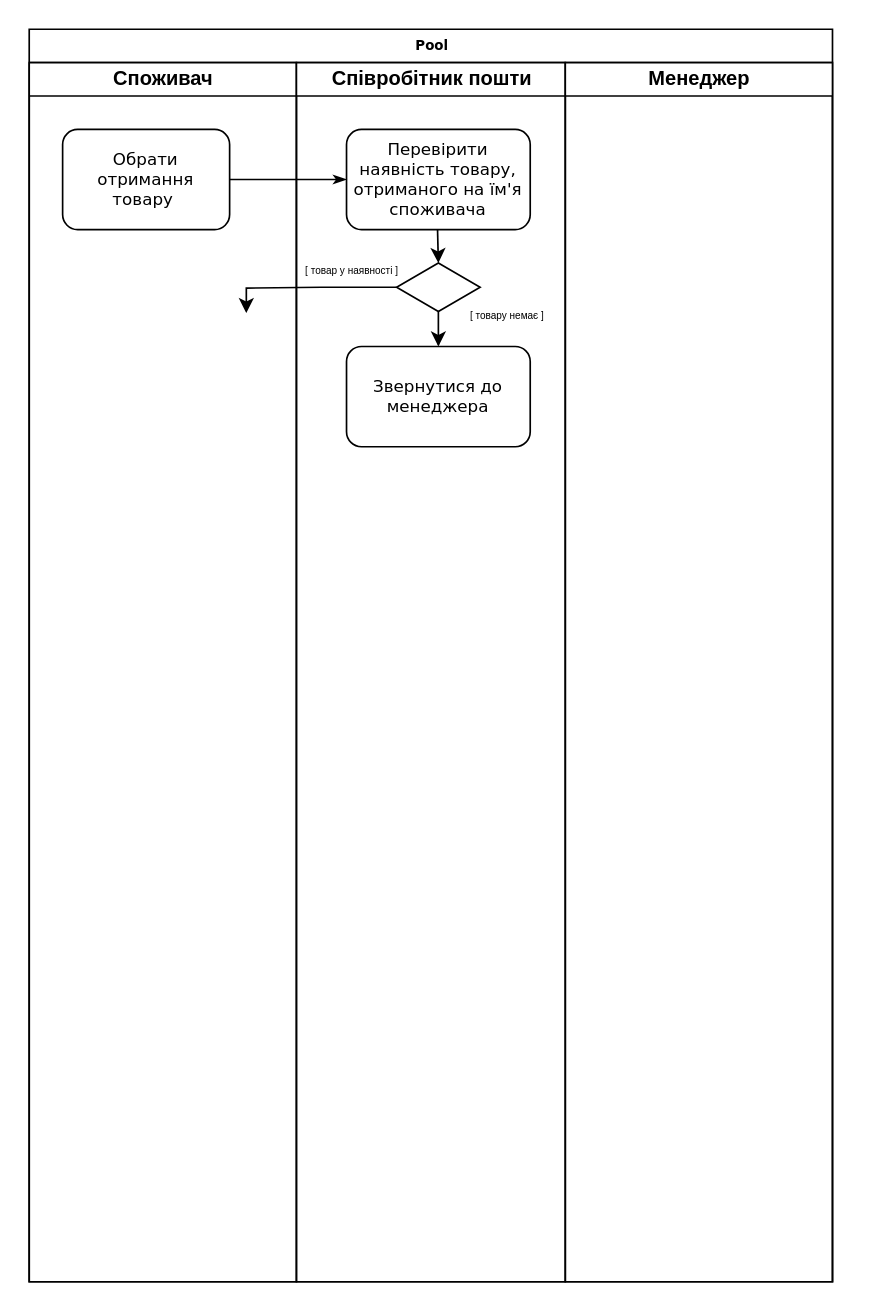
Before: Диаграмма без названия.drawio in pxlmady/uml, a draw.io diagram. Source tidied: cells renumbered, new cells numbered last; positions are measured from the earlier drawing's top-left corner, leaving out a move shared by most shapes. Both pictures are drawn from the tidied source at 167%, with x=0, y=0 at pixel (28, 28).
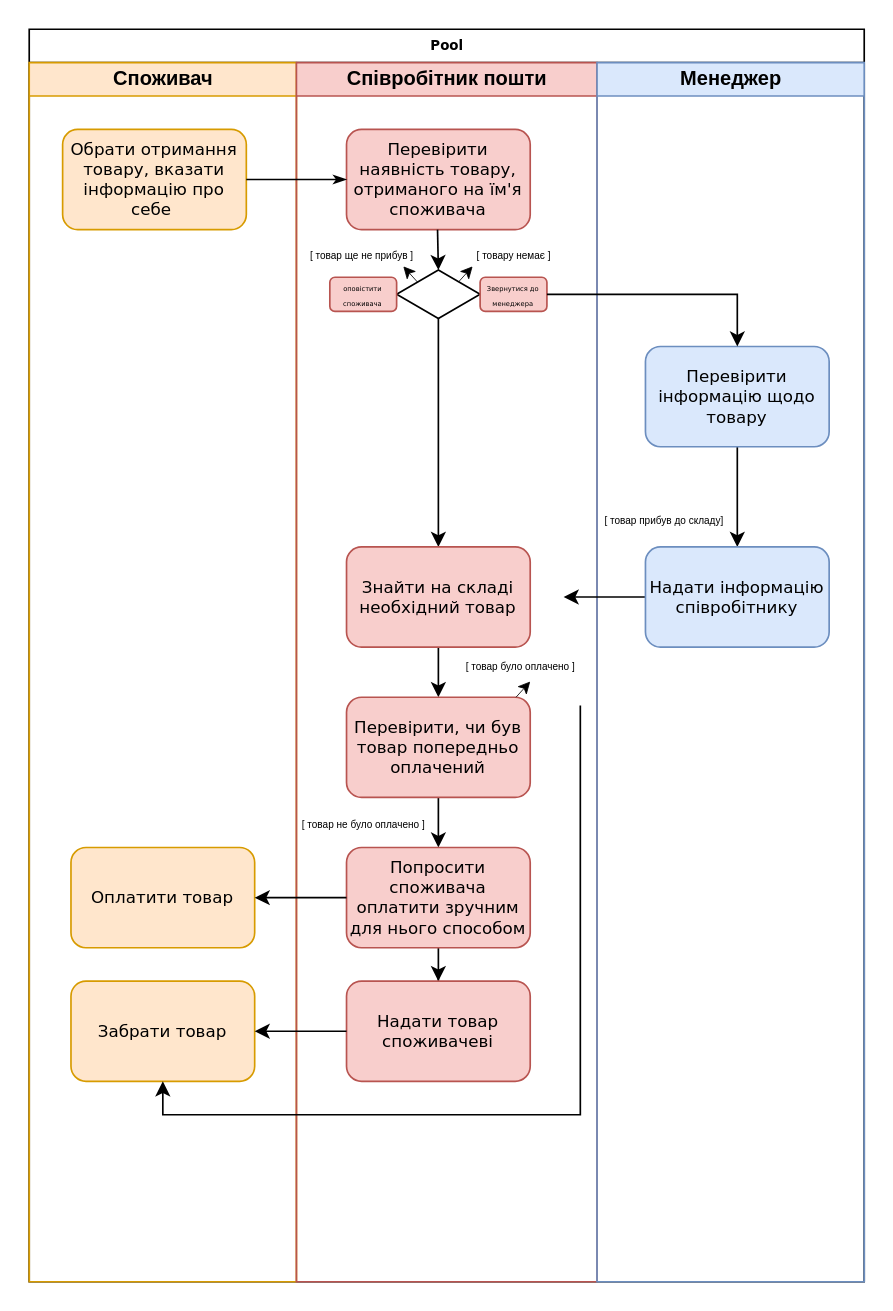
The same page after the edit.

What changed in the source:
```diff
@@
     <mxCell id="2" value="Pool" style="swimlane;html=1;startSize=20;rounded=0;shadow=0;labelBackgroundColor=none;strokeWidth=1;fontFamily=Verdana;fontSize=8;align=center;" parent="1" vertex="1">
-      <mxGeometry width="481" height="750" as="geometry" />
+      <mxGeometry width="500" height="750" as="geometry" />
     </mxCell>
-    <mxCell id="3" value="Споживач" style="swimlane;html=1;startSize=20;" parent="2" vertex="1">
+    <mxCell id="3" value="Споживач" style="swimlane;html=1;startSize=20;fillColor=#ffe6cc;strokeColor=#d79b00;" parent="2" vertex="1">
       <mxGeometry y="20" width="160" height="730" as="geometry" />
     </mxCell>
+    <mxCell id="16" value="&lt;font size=&quot;1&quot;&gt;Оплатити товар&lt;/font&gt;" style="rounded=1;whiteSpace=wrap;html=1;shadow=0;labelBackgroundColor=none;strokeWidth=1;fontFamily=Verdana;fontSize=8;align=center;fillColor=#ffe6cc;strokeColor=#d79b00;" parent="3" vertex="1">
+      <mxGeometry x="25" y="470" width="110" height="60" as="geometry" />
+    </mxCell>
+    <mxCell id="17" value="&lt;font size=&quot;1&quot;&gt;Забрати товар&lt;/font&gt;" style="rounded=1;whiteSpace=wrap;html=1;shadow=0;labelBackgroundColor=none;strokeWidth=1;fontFamily=Verdana;fontSize=8;align=center;fillColor=#ffe6cc;strokeColor=#d79b00;" parent="3" vertex="1">
+      <mxGeometry x="25" y="550" width="110" height="60" as="geometry" />
+    </mxCell>
-    <mxCell id="4" value="Співробітник пошти" style="swimlane;html=1;startSize=20;" parent="2" vertex="1">
-      <mxGeometry x="160" y="20" width="161" height="730" as="geometry" />
+    <mxCell id="4" value="Співробітник пошти" style="swimlane;html=1;startSize=20;fillColor=#f8cecc;strokeColor=#b85450;" parent="2" vertex="1">
+      <mxGeometry x="160" y="20" width="180" height="730" as="geometry" />
     </mxCell>
-    <mxCell id="5" value="&lt;font size=&quot;1&quot;&gt;Перевірити наявність товару, отриманого на їм'я споживача&lt;/font&gt;" style="rounded=1;whiteSpace=wrap;html=1;shadow=0;labelBackgroundColor=none;strokeWidth=1;fontFamily=Verdana;fontSize=8;align=center;" parent="4" vertex="1">
+    <mxCell id="5" value="&lt;font size=&quot;1&quot;&gt;Перевірити наявність товару, отриманого на їм'я споживача&lt;/font&gt;" style="rounded=1;whiteSpace=wrap;html=1;shadow=0;labelBackgroundColor=none;strokeWidth=1;fontFamily=Verdana;fontSize=8;align=center;fillColor=#f8cecc;strokeColor=#b85450;" parent="4" vertex="1">
       <mxGeometry x="30" y="40" width="110" height="60" as="geometry" />
     </mxCell>
-    <mxCell id="6" style="edgeStyle=orthogonalEdgeStyle;rounded=0;jettySize=auto;html=1;exitX=0;exitY=0.5;exitDx=0;exitDy=0;" parent="4" edge="1" source="8">
-      <mxGeometry relative="1" as="geometry">
-        <mxPoint x="-30" y="150" as="targetPoint" />
-        <Array as="points">
-          <mxPoint x="15" y="135" />
-          <mxPoint x="-30" y="135" />
-        </Array>
-      </mxGeometry>
-    </mxCell>
-    <mxCell id="7" style="edgeStyle=orthogonalEdgeStyle;rounded=0;jettySize=auto;html=1;" parent="4" edge="1" source="8">
-      <mxGeometry relative="1" as="geometry">
-        <mxPoint x="85" y="170" as="targetPoint" />
-      </mxGeometry>
-    </mxCell>
+    <mxCell id="18" style="edgeStyle=orthogonalEdgeStyle;rounded=0;jettySize=auto;html=1;entryX=0.5;entryY=0;entryDx=0;entryDy=0;" parent="4" edge="1" source="8" target="21">
+      <mxGeometry relative="1" as="geometry" />
+    </mxCell>
     <mxCell id="8" style="rhombus;whiteSpace=wrap;html=1;" parent="4" vertex="1">
-      <mxGeometry x="60" y="120" width="50" height="29" as="geometry" />
+      <mxGeometry x="60" y="124.2" width="50" height="29" as="geometry" />
     </mxCell>
-    <mxCell id="9" style="endArrow=classic;html=1;rounded=0;" parent="4" edge="1">
+    <mxCell id="9" style="endArrow=classic;html=1;rounded=0;entryX=0.5;entryY=0;entryDx=0;entryDy=0;" parent="4" edge="1" target="8">
       <mxGeometry relative="1" as="geometry">
         <mxPoint x="84.5" y="100" as="sourcePoint" />
-        <mxPoint x="85" y="120" as="targetPoint" />
       </mxGeometry>
     </mxCell>
-    <mxCell id="10" value="&lt;font style=&quot;font-size: 10px;&quot;&gt;Обрати отримання товару&amp;nbsp;&lt;/font&gt;" style="rounded=1;whiteSpace=wrap;html=1;shadow=0;labelBackgroundColor=none;strokeWidth=1;fontFamily=Verdana;fontSize=8;align=center;" parent="4" vertex="1">
-      <mxGeometry x="-140" y="40" width="100" height="60" as="geometry" />
+    <mxCell id="10" value="&lt;font style=&quot;font-size: 10px;&quot;&gt;Обрати отримання товару, вказати інформацію про себе&amp;nbsp;&lt;/font&gt;" style="rounded=1;whiteSpace=wrap;html=1;shadow=0;labelBackgroundColor=none;strokeWidth=1;fontFamily=Verdana;fontSize=8;align=center;fillColor=#ffe6cc;strokeColor=#d79b00;" parent="4" vertex="1">
+      <mxGeometry x="-140" y="40" width="110" height="60" as="geometry" />
     </mxCell>
@@
-    <mxCell id="12" value="&lt;font style=&quot;font-size: 6px;&quot;&gt;[ товар у наявності ]&lt;/font&gt;" style="text;html=1;align=center;verticalAlign=middle;strokeColor=none;fillColor=none;" parent="4" vertex="1">
-      <mxGeometry x="-7" y="108" width="80" height="30" as="geometry" />
-    </mxCell>
+    <mxCell id="14" value="&lt;p style=&quot;line-height: 100%;&quot;&gt;&lt;font style=&quot;font-size: 4px;&quot;&gt;Звернутися до менеджера&lt;/font&gt;&lt;/p&gt;" style="rounded=1;whiteSpace=wrap;html=1;shadow=0;labelBackgroundColor=none;strokeWidth=1;fontFamily=Verdana;fontSize=8;align=center;fillColor=#f8cecc;strokeColor=#b85450;" parent="4" vertex="1">
+      <mxGeometry x="110" y="128.5" width="40" height="20.5" as="geometry" />
+    </mxCell>
     <mxCell id="13" value="&lt;font style=&quot;font-size: 6px;&quot;&gt;[ товару немає ]&lt;/font&gt;" style="text;html=1;align=center;verticalAlign=middle;strokeColor=none;fillColor=none;" parent="4" vertex="1">
-      <mxGeometry x="91" y="135" width="70" height="30" as="geometry" />
+      <mxGeometry x="95" y="98.5" width="70" height="30" as="geometry" />
     </mxCell>
-    <mxCell id="14" value="&lt;font size=&quot;1&quot;&gt;Звернутися до менеджера&lt;/font&gt;" style="rounded=1;whiteSpace=wrap;html=1;shadow=0;labelBackgroundColor=none;strokeWidth=1;fontFamily=Verdana;fontSize=8;align=center;" parent="4" vertex="1">
-      <mxGeometry x="30" y="170" width="110" height="60" as="geometry" />
-    </mxCell>
+    <mxCell id="19" style="endArrow=classic;html=1;rounded=0;exitX=0.77;exitY=0.222;exitDx=0;exitDy=0;exitPerimeter=0;strokeWidth=0.5;" parent="4" edge="1">
+      <mxGeometry relative="1" as="geometry">
+        <mxPoint x="97" y="131.4" as="sourcePoint" />
+        <mxPoint x="105.5" y="122" as="targetPoint" />
+        <Array as="points">
+          <mxPoint x="105.5" y="122" />
+        </Array>
+      </mxGeometry>
+    </mxCell>
+    <mxCell id="20" style="edgeStyle=orthogonalEdgeStyle;rounded=0;jettySize=auto;html=1;" parent="4" edge="1" source="21">
+      <mxGeometry relative="1" as="geometry">
+        <mxPoint x="85" y="380" as="targetPoint" />
+      </mxGeometry>
+    </mxCell>
+    <mxCell id="21" value="&lt;font size=&quot;1&quot;&gt;Знайти на складі необхідний товар&lt;/font&gt;" style="rounded=1;whiteSpace=wrap;html=1;shadow=0;labelBackgroundColor=none;strokeWidth=1;fontFamily=Verdana;fontSize=8;align=center;fillColor=#f8cecc;strokeColor=#b85450;" parent="4" vertex="1">
+      <mxGeometry x="30" y="290" width="110" height="60" as="geometry" />
+    </mxCell>
+    <mxCell id="22" style="endArrow=classic;html=1;rounded=0;exitX=0.77;exitY=0.222;exitDx=0;exitDy=0;exitPerimeter=0;strokeWidth=0.5;" parent="4" edge="1">
+      <mxGeometry relative="1" as="geometry">
+        <mxPoint x="72.5" y="131.4" as="sourcePoint" />
+        <mxPoint x="64" y="122" as="targetPoint" />
+        <Array as="points">
+          <mxPoint x="64" y="122" />
+        </Array>
+      </mxGeometry>
+    </mxCell>
+    <mxCell id="23" value="&lt;font style=&quot;font-size: 6px;&quot;&gt;[ товар ще не прибув ]&lt;/font&gt;" style="text;html=1;align=center;verticalAlign=middle;strokeColor=none;fillColor=none;" parent="4" vertex="1">
+      <mxGeometry x="-6" y="99" width="90" height="30" as="geometry" />
+    </mxCell>
+    <mxCell id="24" value="&lt;p style=&quot;line-height: 100%;&quot;&gt;&lt;span style=&quot;font-size: 4px;&quot;&gt;оповістити споживача&lt;/span&gt;&lt;/p&gt;" style="rounded=1;whiteSpace=wrap;html=1;shadow=0;labelBackgroundColor=none;strokeWidth=1;fontFamily=Verdana;fontSize=8;align=center;fillColor=#f8cecc;strokeColor=#b85450;" parent="4" vertex="1">
+      <mxGeometry x="20" y="128.5" width="40" height="20.5" as="geometry" />
+    </mxCell>
+    <mxCell id="25" style="edgeStyle=orthogonalEdgeStyle;rounded=0;jettySize=auto;html=1;entryX=0.5;entryY=0;entryDx=0;entryDy=0;" parent="4" edge="1" source="26" target="31">
+      <mxGeometry relative="1" as="geometry" />
+    </mxCell>
+    <mxCell id="26" value="&lt;font size=&quot;1&quot;&gt;Перевірити, чи був товар попередньо оплачений&lt;/font&gt;" style="rounded=1;whiteSpace=wrap;html=1;shadow=0;labelBackgroundColor=none;strokeWidth=1;fontFamily=Verdana;fontSize=8;align=center;fillColor=#f8cecc;strokeColor=#b85450;" parent="4" vertex="1">
+      <mxGeometry x="30" y="380" width="110" height="60" as="geometry" />
+    </mxCell>
+    <mxCell id="27" style="endArrow=classic;html=1;rounded=0;exitX=0.77;exitY=0.222;exitDx=0;exitDy=0;exitPerimeter=0;strokeWidth=0.5;" parent="4" edge="1">
+      <mxGeometry relative="1" as="geometry">
+        <mxPoint x="131.5" y="380" as="sourcePoint" />
+        <mxPoint x="140" y="370.6" as="targetPoint" />
+        <Array as="points">
+          <mxPoint x="140" y="370.6" />
+        </Array>
+      </mxGeometry>
+    </mxCell>
+    <mxCell id="28" value="&lt;p style=&quot;line-height: 100%;&quot;&gt;&lt;font style=&quot;font-size: 6px;&quot;&gt;[ товар було оплачено ]&lt;/font&gt;&lt;/p&gt;" style="text;html=1;align=center;verticalAlign=middle;points=[];strokeColor=none;fillColor=none;labelBorderColor=none;textShadow=0;labelBackgroundColor=none;" parent="4" vertex="1">
+      <mxGeometry x="89" y="335" width="90" height="50" as="geometry" />
+    </mxCell>
+    <mxCell id="29" value="&lt;font style=&quot;font-size: 6px;&quot;&gt;[ товар не було оплачено ]&lt;/font&gt;" style="text;html=1;align=center;verticalAlign=middle;strokeColor=none;fillColor=none;" parent="4" vertex="1">
+      <mxGeometry x="-10" y="440" width="100" height="30" as="geometry" />
+    </mxCell>
+    <mxCell id="30" style="edgeStyle=orthogonalEdgeStyle;rounded=0;jettySize=auto;html=1;entryX=0.5;entryY=0;entryDx=0;entryDy=0;" parent="4" edge="1" source="31" target="32">
+      <mxGeometry relative="1" as="geometry" />
+    </mxCell>
+    <mxCell id="31" value="&lt;font size=&quot;1&quot;&gt;Попросити споживача оплатити зручним для нього способом&lt;/font&gt;" style="rounded=1;whiteSpace=wrap;html=1;shadow=0;labelBackgroundColor=none;strokeWidth=1;fontFamily=Verdana;fontSize=8;align=center;fillColor=#f8cecc;strokeColor=#b85450;" parent="4" vertex="1">
+      <mxGeometry x="30" y="470" width="110" height="60" as="geometry" />
+    </mxCell>
+    <mxCell id="32" value="&lt;font size=&quot;1&quot;&gt;Надати товар споживачеві&lt;/font&gt;" style="rounded=1;whiteSpace=wrap;html=1;shadow=0;labelBackgroundColor=none;strokeWidth=1;fontFamily=Verdana;fontSize=8;align=center;fillColor=#f8cecc;strokeColor=#b85450;" parent="4" vertex="1">
+      <mxGeometry x="30" y="550" width="110" height="60" as="geometry" />
+    </mxCell>
-    <mxCell id="15" value="Менеджер" style="swimlane;html=1;startSize=20;" parent="2" vertex="1">
-      <mxGeometry x="321" y="20" width="160" height="730" as="geometry" />
+    <mxCell id="15" value="Менеджер" style="swimlane;html=1;startSize=20;fillColor=#dae8fc;strokeColor=#6c8ebf;" parent="2" vertex="1">
+      <mxGeometry x="340" y="20" width="160" height="730" as="geometry" />
     </mxCell>
+    <mxCell id="33" style="edgeStyle=orthogonalEdgeStyle;rounded=0;jettySize=auto;html=1;" parent="15" edge="1" source="34">
+      <mxGeometry relative="1" as="geometry">
+        <mxPoint x="84" y="290" as="targetPoint" />
+      </mxGeometry>
+    </mxCell>
+    <mxCell id="34" value="&lt;font size=&quot;1&quot;&gt;Перевірити інформацію щодо товару&lt;/font&gt;" style="rounded=1;whiteSpace=wrap;html=1;shadow=0;labelBackgroundColor=none;strokeWidth=1;fontFamily=Verdana;fontSize=8;align=center;fillColor=#dae8fc;strokeColor=#6c8ebf;" parent="15" vertex="1">
+      <mxGeometry x="29" y="170" width="110" height="60" as="geometry" />
+    </mxCell>
+    <mxCell id="35" style="edgeStyle=orthogonalEdgeStyle;rounded=0;jettySize=auto;html=1;" parent="15" edge="1" source="36">
+      <mxGeometry relative="1" as="geometry">
+        <mxPoint x="-20" y="320" as="targetPoint" />
+      </mxGeometry>
+    </mxCell>
+    <mxCell id="36" value="&lt;font size=&quot;1&quot;&gt;Надати інформацію співробітнику&lt;/font&gt;" style="rounded=1;whiteSpace=wrap;html=1;shadow=0;labelBackgroundColor=none;strokeWidth=1;fontFamily=Verdana;fontSize=8;align=center;fillColor=#dae8fc;strokeColor=#6c8ebf;" parent="15" vertex="1">
+      <mxGeometry x="29" y="290" width="110" height="60" as="geometry" />
+    </mxCell>
+    <mxCell id="37" style="edgeStyle=orthogonalEdgeStyle;rounded=0;jettySize=auto;html=1;entryX=0.5;entryY=0;entryDx=0;entryDy=0;" parent="2" edge="1" source="14" target="34">
+      <mxGeometry relative="1" as="geometry" />
+    </mxCell>
+    <mxCell id="38" style="edgeStyle=orthogonalEdgeStyle;rounded=0;jettySize=auto;html=1;entryX=1;entryY=0.5;entryDx=0;entryDy=0;" parent="2" edge="1" source="31" target="16">
+      <mxGeometry relative="1" as="geometry" />
+    </mxCell>
+    <mxCell id="39" style="edgeStyle=orthogonalEdgeStyle;rounded=0;jettySize=auto;html=1;entryX=1;entryY=0.5;entryDx=0;entryDy=0;" parent="2" edge="1" source="32" target="17">
+      <mxGeometry relative="1" as="geometry" />
+    </mxCell>
+    <mxCell id="40" style="edgeStyle=orthogonalEdgeStyle;rounded=0;jettySize=auto;html=1;entryX=0.5;entryY=1;entryDx=0;entryDy=0;" parent="2" edge="1" source="28" target="17">
+      <mxGeometry relative="1" as="geometry">
+        <Array as="points">
+          <mxPoint x="330" y="650" />
+          <mxPoint x="80" y="650" />
+        </Array>
+      </mxGeometry>
+    </mxCell>
+    <mxCell id="41" value="&lt;font style=&quot;font-size: 6px;&quot;&gt;[ товар прибув до складу]&lt;/font&gt;" style="text;html=1;align=center;verticalAlign=middle;strokeColor=none;fillColor=none;" parent="1" vertex="1">
+      <mxGeometry x="335" y="278" width="90" height="30" as="geometry" />
+    </mxCell>
```
